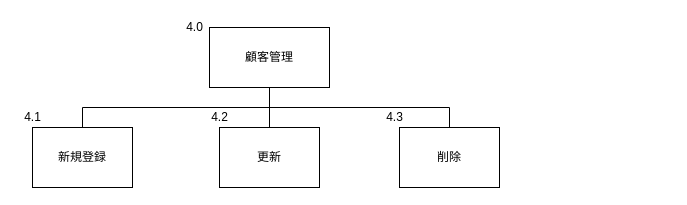
Earlier version of the draw.io diagram サブシステム構造図/顧客管理.drawio (Yamanin3/system-devel). Source tidied: cells renumbered, new cells numbered last; positions are measured from the earlier drawing's top-left corner, leaving out a move shared by most shapes. Both pictures are drawn from the tidied source at 100%, with x=0, y=0 at pixel (17, 17).
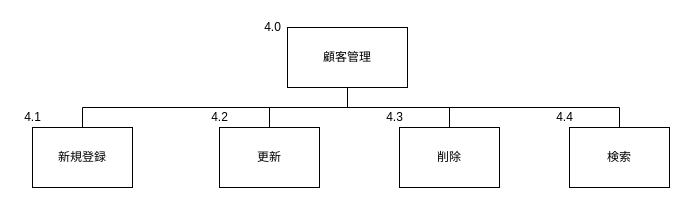
After the change.

Commit message (it also covers changes not shown here):
会員管理構造図と顧客管理構造図に検索を追加

The edit, as a diff of the source:
```diff
@@
 <mxGraphModel>
   <root>
     <mxCell id="0" />
     <mxCell id="1" parent="0" />
     <mxCell id="2" value="顧客管理" style="whiteSpace=wrap;html=1;align=center;" parent="1" vertex="1">
-      <mxGeometry x="192" y="10" width="120" height="60" as="geometry" />
+      <mxGeometry x="270" y="10" width="120" height="60" as="geometry" />
     </mxCell>
     <mxCell id="3" value="新規登録" style="whiteSpace=wrap;html=1;align=center;verticalAlign=middle;" parent="1" vertex="1">
       <mxGeometry x="15" y="110" width="100" height="60" as="geometry" />
     </mxCell>
     <mxCell id="4" style="edgeStyle=elbowEdgeStyle;elbow=vertical;startArrow=none;endArrow=none;rounded=0;exitX=0.5;exitY=1;exitDx=0;exitDy=0;" parent="1" edge="1" source="2" target="3">
       <mxGeometry relative="1" as="geometry" />
     </mxCell>
     <mxCell id="5" value="更新" style="whiteSpace=wrap;html=1;align=center;verticalAlign=middle;" parent="1" vertex="1">
       <mxGeometry x="202" y="110" width="100" height="60" as="geometry" />
     </mxCell>
     <mxCell id="6" style="edgeStyle=elbowEdgeStyle;elbow=vertical;startArrow=none;endArrow=none;rounded=0;exitX=0.5;exitY=1;exitDx=0;exitDy=0;" parent="1" edge="1" source="2" target="5">
       <mxGeometry relative="1" as="geometry" />
     </mxCell>
     <mxCell id="7" value="削除" style="whiteSpace=wrap;html=1;align=center;verticalAlign=middle;" parent="1" vertex="1">
       <mxGeometry x="382" y="110" width="100" height="60" as="geometry" />
     </mxCell>
     <mxCell id="8" value="4.3" style="text;html=1;align=center;verticalAlign=middle;fillColor=none;strokeColor=none;rounded=0;" parent="7" vertex="1">
       <mxGeometry x="-20" y="-20" width="30" height="20" as="geometry" />
     </mxCell>
     <mxCell id="9" style="edgeStyle=elbowEdgeStyle;elbow=vertical;startArrow=none;endArrow=none;rounded=0;entryX=0.5;entryY=0;entryDx=0;entryDy=0;" parent="1" edge="1" target="7">
       <mxGeometry relative="1" as="geometry">
         <mxPoint x="182" y="90" as="sourcePoint" />
         <Array as="points">
           <mxPoint x="262" y="90" />
         </Array>
       </mxGeometry>
     </mxCell>
     <mxCell id="10" value="4.0" style="text;html=1;align=center;verticalAlign=middle;fillColor=none;strokeColor=none;rounded=0;" parent="1" vertex="1">
-      <mxGeometry x="162" width="30" height="20" as="geometry" />
+      <mxGeometry x="240" width="30" height="20" as="geometry" />
     </mxCell>
     <mxCell id="11" value="4.1" style="text;html=1;align=center;verticalAlign=middle;fillColor=none;strokeColor=none;rounded=0;" parent="1" vertex="1">
       <mxGeometry y="90" width="30" height="20" as="geometry" />
     </mxCell>
     <mxCell id="12" value="4.2" style="text;html=1;align=center;verticalAlign=middle;fillColor=none;strokeColor=none;rounded=0;" parent="1" vertex="1">
       <mxGeometry x="187" y="90" width="30" height="20" as="geometry" />
     </mxCell>
+    <mxCell id="13" value="検索" style="whiteSpace=wrap;html=1;align=center;verticalAlign=middle;" parent="1" vertex="1">
+      <mxGeometry x="552" y="110" width="100" height="60" as="geometry" />
+    </mxCell>
+    <mxCell id="14" value="4.4" style="text;html=1;align=center;verticalAlign=middle;fillColor=none;strokeColor=none;rounded=0;" parent="13" vertex="1">
+      <mxGeometry x="-20" y="-20" width="30" height="20" as="geometry" />
+    </mxCell>
+    <mxCell id="15" style="edgeStyle=elbowEdgeStyle;elbow=vertical;startArrow=none;endArrow=none;rounded=0;entryX=0.5;entryY=0;entryDx=0;entryDy=0;exitX=0.5;exitY=1;exitDx=0;exitDy=0;" parent="1" edge="1" source="2" target="13">
+      <mxGeometry relative="1" as="geometry">
+        <Array as="points">
+          <mxPoint x="510" y="90" />
+        </Array>
+      </mxGeometry>
+    </mxCell>
   </root>
 </mxGraphModel>
```
